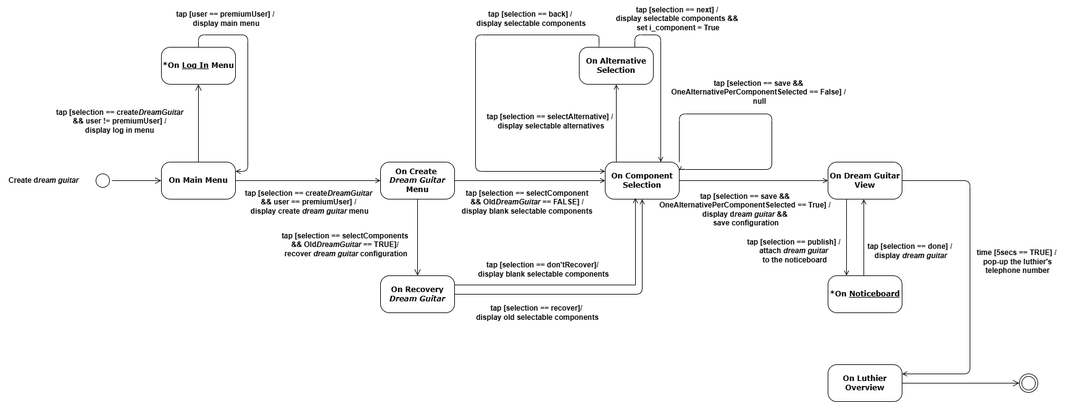
Above: diagrams/StateDiagramT.drawio.png in TizianoLilli/ISPW-Project (draw.io), before the change. Source tidied: cells renumbered, new cells last; positions are measured from the earlier drawing's top-left corner, leaving out a move shared by most shapes.
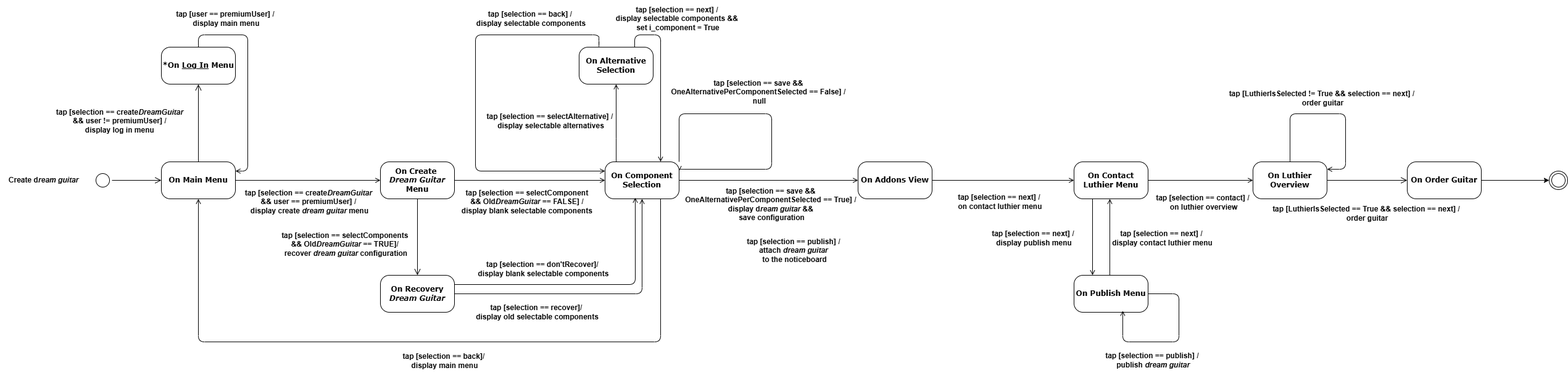
After the commit.

Change to the diagram source:
```diff
@@ -49,7 +49,7 @@
         </Array>
       </mxGeometry>
     </mxCell>
-    <mxCell id="14" style="edgeStyle=orthogonalEdgeStyle;rounded=0;jettySize=auto;html=1;exitX=1;exitY=0.5;exitDx=0;exitDy=0;entryX=0;entryY=0.5;entryDx=0;entryDy=0;endArrow=open;endFill=0;labelBackgroundColor=none;fontColor=default;" parent="1" edge="1" source="16" target="22">
+    <mxCell id="14" style="edgeStyle=orthogonalEdgeStyle;rounded=0;jettySize=auto;html=1;exitX=1;exitY=0.5;exitDx=0;exitDy=0;endArrow=open;endFill=0;labelBackgroundColor=none;fontColor=default;entryX=0;entryY=0.5;entryDx=0;entryDy=0;" parent="1" edge="1" source="16" target="48">
       <mxGeometry relative="1" as="geometry" />
     </mxCell>
     <mxCell id="15" style="edgeStyle=orthogonalEdgeStyle;rounded=1;orthogonalLoop=1;jettySize=auto;html=1;exitX=1;exitY=0;exitDx=0;exitDy=0;entryX=1;entryY=0.25;entryDx=0;entryDy=0;curved=0;endArrow=open;endFill=0;" parent="1" edge="1" source="16" target="16">
@@ -62,6 +62,14 @@
         </Array>
       </mxGeometry>
     </mxCell>
+    <mxCell id="46" style="edgeStyle=orthogonalEdgeStyle;rounded=1;jettySize=auto;html=1;exitX=0.75;exitY=1;exitDx=0;exitDy=0;entryX=0.5;entryY=1;entryDx=0;entryDy=0;curved=0;endArrow=open;endFill=0;" parent="1" edge="1" source="16" target="4">
+      <mxGeometry relative="1" as="geometry">
+        <Array as="points">
+          <mxPoint x="1070" y="554" />
+          <mxPoint x="321" y="554" />
+        </Array>
+      </mxGeometry>
+    </mxCell>
     <mxCell id="16" value="&lt;b&gt;On Component Selection&lt;/b&gt;" style="rounded=1;whiteSpace=wrap;html=1;arcSize=24;shadow=0;comic=0;labelBackgroundColor=none;fontFamily=Verdana;fontSize=12;align=center;" parent="1" vertex="1">
       <mxGeometry x="980" y="262" width="120" height="60" as="geometry" />
     </mxCell>
@@ -88,38 +96,35 @@
     </mxCell>
     <mxCell id="20" style="edgeStyle=orthogonalEdgeStyle;rounded=0;orthogonalLoop=1;jettySize=auto;html=1;exitX=0.5;exitY=1;exitDx=0;exitDy=0;entryX=0.5;entryY=0;entryDx=0;entryDy=0;endArrow=open;endFill=0;" parent="1" edge="1">
       <mxGeometry relative="1" as="geometry">
-        <mxPoint x="1371" y="322" as="sourcePoint" />
-        <mxPoint x="1371" y="446" as="targetPoint" />
+        <mxPoint x="1770" y="322" as="sourcePoint" />
+        <mxPoint x="1770" y="446" as="targetPoint" />
       </mxGeometry>
     </mxCell>
-    <mxCell id="21" style="edgeStyle=orthogonalEdgeStyle;rounded=1;jettySize=auto;html=1;exitX=1;exitY=0.5;exitDx=0;exitDy=0;entryX=1;entryY=0.25;entryDx=0;entryDy=0;endArrow=open;endFill=0;curved=0;" parent="1" edge="1" source="22" target="26">
-      <mxGeometry relative="1" as="geometry">
-        <Array as="points">
-          <mxPoint x="1571" y="292" />
-          <mxPoint x="1571" y="605" />
-        </Array>
-      </mxGeometry>
+    <mxCell id="21" style="edgeStyle=orthogonalEdgeStyle;rounded=0;jettySize=auto;html=1;exitX=1;exitY=0.5;exitDx=0;exitDy=0;entryX=0;entryY=0.5;entryDx=0;entryDy=0;endArrow=open;endFill=0;" parent="1" edge="1" source="22" target="26">
+      <mxGeometry relative="1" as="geometry" />
     </mxCell>
-    <mxCell id="22" value="&lt;b&gt;On Dream Guitar View&lt;/b&gt;" style="rounded=1;whiteSpace=wrap;html=1;arcSize=24;shadow=0;comic=0;labelBackgroundColor=none;fontFamily=Verdana;fontSize=12;align=center;" parent="1" vertex="1">
-      <mxGeometry x="1341" y="262" width="120" height="60" as="geometry" />
+    <mxCell id="22" value="&lt;b&gt;On Contact Luthier Menu&lt;/b&gt;" style="rounded=1;whiteSpace=wrap;html=1;arcSize=24;shadow=0;comic=0;labelBackgroundColor=none;fontFamily=Verdana;fontSize=12;align=center;" parent="1" vertex="1">
+      <mxGeometry x="1740" y="262" width="120" height="60" as="geometry" />
     </mxCell>
     <mxCell id="23" style="edgeStyle=orthogonalEdgeStyle;rounded=0;orthogonalLoop=1;jettySize=auto;html=1;exitX=0.75;exitY=0;exitDx=0;exitDy=0;entryX=0.75;entryY=1;entryDx=0;entryDy=0;endArrow=open;endFill=0;" parent="1" edge="1">
       <mxGeometry relative="1" as="geometry">
-        <mxPoint x="1399" y="446" as="sourcePoint" />
-        <mxPoint x="1399" y="322" as="targetPoint" />
+        <mxPoint x="1798" y="446" as="sourcePoint" />
+        <mxPoint x="1798" y="322" as="targetPoint" />
       </mxGeometry>
     </mxCell>
-    <mxCell id="24" value="&lt;b&gt;*On &lt;u&gt;Noticeboard&lt;/u&gt;&lt;/b&gt;" style="rounded=1;whiteSpace=wrap;html=1;arcSize=24;shadow=0;comic=0;labelBackgroundColor=none;fontFamily=Verdana;fontSize=12;align=center;" parent="1" vertex="1">
-      <mxGeometry x="1341" y="446" width="120" height="60" as="geometry" />
+    <mxCell id="24" value="&lt;b&gt;On Publish Menu&lt;/b&gt;" style="rounded=1;whiteSpace=wrap;html=1;arcSize=24;shadow=0;comic=0;labelBackgroundColor=none;fontFamily=Verdana;fontSize=12;align=center;" parent="1" vertex="1">
+      <mxGeometry x="1740" y="446" width="120" height="60" as="geometry" />
     </mxCell>
-    <mxCell id="25" style="edgeStyle=none;curved=1;rounded=0;jettySize=auto;html=1;exitX=1;exitY=0.5;exitDx=0;exitDy=0;entryX=0;entryY=0.5;entryDx=0;entryDy=0;fontSize=12;startSize=8;endSize=8;endArrow=open;endFill=0;" parent="1" edge="1" source="26" target="27">
-      <mxGeometry relative="1" as="geometry" />
+    <mxCell id="25" style="edgeStyle=none;curved=1;rounded=0;jettySize=auto;html=1;exitX=1;exitY=0.5;exitDx=0;exitDy=0;fontSize=12;startSize=8;endSize=8;endArrow=open;endFill=0;" parent="1" edge="1" source="26">
+      <mxGeometry relative="1" as="geometry">
+        <mxPoint x="2280" y="292" as="targetPoint" />
+      </mxGeometry>
     </mxCell>
     <mxCell id="26" value="&lt;b&gt;On Luthier Overview&lt;/b&gt;" style="rounded=1;whiteSpace=wrap;html=1;arcSize=24;shadow=0;comic=0;labelBackgroundColor=none;fontFamily=Verdana;fontSize=12;align=center;" parent="1" vertex="1">
-      <mxGeometry x="1341" y="590" width="120" height="60" as="geometry" />
+      <mxGeometry x="2030" y="262" width="120" height="60" as="geometry" />
     </mxCell>
     <mxCell id="27" style="ellipse;html=1;shape=endState;labelBackgroundColor=none;" parent="1" vertex="1">
-      <mxGeometry x="1651" y="605" width="30" height="30" as="geometry" />
+      <mxGeometry x="2510" y="277" width="30" height="30" as="geometry" />
     </mxCell>
     <mxCell id="28" value="&lt;b&gt;tap [selection == create&lt;i&gt;DreamGuitar&lt;/i&gt;&amp;nbsp;&lt;/b&gt;&lt;div&gt;&lt;b&gt;&amp;amp;&amp;amp;&amp;nbsp;&lt;/b&gt;&lt;b style=&quot;background-color: initial;&quot;&gt;user == premiumUser] &lt;/b&gt;&lt;b style=&quot;background-color: initial;&quot;&gt;/&amp;nbsp;&lt;/b&gt;&lt;div&gt;&lt;div&gt;&lt;b&gt;display create &lt;i&gt;dream guitar&lt;/i&gt; menu&lt;/b&gt;&lt;/div&gt;&lt;/div&gt;&lt;/div&gt;" style="text;html=1;align=center;verticalAlign=middle;strokeColor=none;fillColor=none;" parent="1" vertex="1">
       <mxGeometry x="386" y="297" width="230" height="60" as="geometry" />
@@ -131,13 +136,13 @@
       <mxGeometry x="988" width="220" height="60" as="geometry" />
     </mxCell>
     <mxCell id="31" value="&lt;b&gt;tap [selection == save &amp;amp;&amp;amp;&amp;nbsp;&lt;/b&gt;&lt;div&gt;&lt;b&gt;OneAlternativePerComponentSelected == True] /&amp;nbsp;&lt;/b&gt;&lt;div&gt;&lt;b&gt;display d&lt;i&gt;ream guitar &lt;/i&gt;&amp;amp;&amp;amp;&amp;nbsp;&lt;/b&gt;&lt;/div&gt;&lt;div&gt;&lt;b&gt;save configuration&lt;/b&gt;&lt;/div&gt;&lt;/div&gt;" style="text;html=1;align=center;verticalAlign=middle;strokeColor=none;fillColor=none;" parent="1" vertex="1">
-      <mxGeometry x="1058" y="304" width="300" height="70" as="geometry" />
+      <mxGeometry x="1100" y="296" width="300" height="70" as="geometry" />
     </mxCell>
     <mxCell id="32" value="&lt;b&gt;tap [selection == publish] /&amp;nbsp;&lt;/b&gt;&lt;div&gt;&lt;b&gt;attach&amp;nbsp;&lt;i&gt;dream guitar&amp;nbsp;&lt;/i&gt;&lt;/b&gt;&lt;/div&gt;&lt;div&gt;&lt;b&gt;to the noticeboard&lt;/b&gt;&lt;/div&gt;" style="text;html=1;align=center;verticalAlign=middle;strokeColor=none;fillColor=none;" parent="1" vertex="1">
       <mxGeometry x="1197" y="376" width="180" height="60" as="geometry" />
     </mxCell>
-    <mxCell id="33" value="&lt;b&gt;tap [selection == done] /&amp;nbsp;&lt;/b&gt;&lt;div&gt;&lt;b&gt;display &lt;i&gt;dream guitar&lt;/i&gt;&lt;/b&gt;&lt;/div&gt;" style="text;html=1;align=center;verticalAlign=middle;strokeColor=none;fillColor=none;" parent="1" vertex="1">
-      <mxGeometry x="1395" y="386" width="160" height="40" as="geometry" />
+    <mxCell id="33" value="&lt;b&gt;tap [selection == next] /&amp;nbsp;&lt;/b&gt;&lt;div&gt;&lt;b&gt;display contact luthier menu&lt;/b&gt;&lt;/div&gt;" style="text;html=1;align=center;verticalAlign=middle;strokeColor=none;fillColor=none;" parent="1" vertex="1">
+      <mxGeometry x="1788" y="366" width="190" height="40" as="geometry" />
     </mxCell>
     <mxCell id="34" value="&lt;b&gt;tap [user == premiumUser] /&amp;nbsp;&lt;/b&gt;&lt;div&gt;&lt;b&gt;display main menu&lt;/b&gt;&lt;/div&gt;" style="text;html=1;align=center;verticalAlign=middle;strokeColor=none;fillColor=none;" parent="1" vertex="1">
       <mxGeometry x="271" y="10" width="190" height="40" as="geometry" />
@@ -163,17 +168,67 @@
     <mxCell id="41" value="&lt;b&gt;tap [selection == back] /&amp;nbsp;&lt;/b&gt;&lt;div&gt;&lt;b&gt;display&amp;nbsp;&lt;/b&gt;&lt;span style=&quot;background-color: initial;&quot;&gt;&lt;b&gt;selectable&amp;nbsp;&lt;/b&gt;&lt;/span&gt;&lt;b style=&quot;background-color: initial;&quot;&gt;components&lt;/b&gt;&lt;/div&gt;" style="text;html=1;align=center;verticalAlign=middle;strokeColor=none;fillColor=none;" parent="1" vertex="1">
       <mxGeometry x="760" y="10" width="200" height="40" as="geometry" />
     </mxCell>
-    <mxCell id="42" value="&lt;b style=&quot;font-size: 12px;&quot;&gt;time [5secs == TRUE] /&amp;nbsp;&lt;/b&gt;&lt;div style=&quot;font-size: 12px;&quot;&gt;&lt;b&gt;pop-up the luthier's&lt;/b&gt;&lt;/div&gt;&lt;div style=&quot;font-size: 12px;&quot;&gt;&lt;b&gt;telephone number&lt;/b&gt;&lt;/div&gt;" style="text;html=1;align=center;verticalAlign=middle;strokeColor=none;fillColor=none;fontSize=16;" parent="1" vertex="1">
-      <mxGeometry x="1543" y="386" width="210" height="70" as="geometry" />
-    </mxCell>
     <mxCell id="43" value="&lt;b&gt;tap [selection == save &amp;amp;&amp;amp;&amp;nbsp;&lt;/b&gt;&lt;div&gt;&lt;b&gt;OneAlternativePerComponentSelected == False] /&amp;nbsp;&lt;/b&gt;&lt;div&gt;&lt;b&gt;null&lt;/b&gt;&lt;/div&gt;&lt;/div&gt;" style="text;html=1;align=center;verticalAlign=middle;strokeColor=none;fillColor=none;" parent="1" vertex="1">
       <mxGeometry x="1075" y="119" width="310" height="60" as="geometry" />
     </mxCell>
-    <mxCell id="44" style="edgeStyle=orthogonalEdgeStyle;rounded=0;jettySize=auto;html=1;exitX=1;exitY=0.25;exitDx=0;exitDy=0;entryX=0.408;entryY=0.967;entryDx=0;entryDy=0;entryPerimeter=0;endArrow=open;endFill=0;" parent="1" edge="1" source="7" target="16">
+    <mxCell id="44" style="edgeStyle=orthogonalEdgeStyle;rounded=1;jettySize=auto;html=1;exitX=1;exitY=0.25;exitDx=0;exitDy=0;entryX=0.408;entryY=0.967;entryDx=0;entryDy=0;entryPerimeter=0;endArrow=open;endFill=0;curved=0;" parent="1" edge="1" source="7" target="16">
       <mxGeometry relative="1" as="geometry" />
     </mxCell>
     <mxCell id="45" value="&lt;b&gt;tap [&lt;/b&gt;&lt;b&gt;selection == don'tRecover&lt;/b&gt;&lt;b&gt;]&lt;/b&gt;&lt;b style=&quot;background-color: initial;&quot;&gt;/&amp;nbsp;&lt;/b&gt;&lt;div&gt;&lt;b&gt;display blank&amp;nbsp;&lt;/b&gt;&lt;span style=&quot;background-color: initial;&quot;&gt;&lt;b&gt;selectable&amp;nbsp;&lt;/b&gt;&lt;/span&gt;&lt;b style=&quot;background-color: initial;&quot;&gt;components&lt;/b&gt;&lt;/div&gt;" style="text;html=1;align=center;verticalAlign=middle;strokeColor=none;fillColor=none;" parent="1" vertex="1">
       <mxGeometry x="760" y="416" width="240" height="40" as="geometry" />
     </mxCell>
+    <mxCell id="47" style="edgeStyle=orthogonalEdgeStyle;rounded=0;jettySize=auto;html=1;exitX=1;exitY=0.5;exitDx=0;exitDy=0;entryX=0;entryY=0.5;entryDx=0;entryDy=0;endArrow=open;endFill=0;" parent="1" edge="1" source="48" target="22">
+      <mxGeometry relative="1" as="geometry" />
+    </mxCell>
+    <mxCell id="48" value="&lt;b&gt;On Addons View&lt;/b&gt;" style="rounded=1;whiteSpace=wrap;html=1;arcSize=24;shadow=0;comic=0;labelBackgroundColor=none;fontFamily=Verdana;fontSize=12;align=center;" parent="1" vertex="1">
+      <mxGeometry x="1390" y="262" width="120" height="60" as="geometry" />
+    </mxCell>
+    <mxCell id="49" value="&lt;b&gt;tap [&lt;/b&gt;&lt;b&gt;selection == back&lt;/b&gt;&lt;b&gt;]&lt;/b&gt;&lt;b style=&quot;background-color: initial;&quot;&gt;/&amp;nbsp;&lt;/b&gt;&lt;div&gt;&lt;b&gt;display main menu&lt;/b&gt;&lt;/div&gt;" style="text;html=1;align=center;verticalAlign=middle;strokeColor=none;fillColor=none;" parent="1" vertex="1">
+      <mxGeometry x="640" y="565" width="160" height="40" as="geometry" />
+    </mxCell>
+    <mxCell id="50" value="&lt;b&gt;tap [selection == next&lt;/b&gt;&lt;b style=&quot;background-color: transparent; color: light-dark(rgb(0, 0, 0), rgb(255, 255, 255));&quot;&gt;] /&amp;nbsp;&lt;/b&gt;&lt;div&gt;&lt;b&gt;on contact luthier menu&lt;/b&gt;&lt;/div&gt;" style="text;html=1;align=center;verticalAlign=middle;strokeColor=none;fillColor=none;" parent="1" vertex="1">
+      <mxGeometry x="1540" y="307" width="160" height="40" as="geometry" />
+    </mxCell>
+    <mxCell id="51" value="&lt;b&gt;tap [selection == publish] /&amp;nbsp;&lt;/b&gt;&lt;div&gt;&lt;b&gt;publish &lt;i&gt;dream guitar&lt;/i&gt;&lt;/b&gt;&lt;/div&gt;" style="text;html=1;align=center;verticalAlign=middle;strokeColor=none;fillColor=none;" parent="1" vertex="1">
+      <mxGeometry x="1778" y="564" width="180" height="40" as="geometry" />
+    </mxCell>
+    <mxCell id="52" style="edgeStyle=orthogonalEdgeStyle;rounded=1;orthogonalLoop=1;jettySize=auto;html=1;entryX=0.658;entryY=0.96;entryDx=0;entryDy=0;entryPerimeter=0;exitX=1;exitY=0.5;exitDx=0;exitDy=0;endArrow=open;endFill=0;curved=0;" parent="1" edge="1" source="24" target="24">
+      <mxGeometry relative="1" as="geometry">
+        <Array as="points">
+          <mxPoint x="1910" y="476" />
+          <mxPoint x="1910" y="554" />
+          <mxPoint x="1819" y="554" />
+        </Array>
+      </mxGeometry>
+    </mxCell>
+    <mxCell id="53" value="&lt;b&gt;tap [selection == next] /&amp;nbsp;&lt;/b&gt;&lt;div&gt;&lt;b&gt;display publish menu&lt;/b&gt;&lt;/div&gt;" style="text;html=1;align=center;verticalAlign=middle;strokeColor=none;fillColor=none;" parent="1" vertex="1">
+      <mxGeometry x="1595" y="366" width="160" height="40" as="geometry" />
+    </mxCell>
+    <mxCell id="54" value="&lt;b&gt;tap [selection == contact&lt;/b&gt;&lt;b style=&quot;background-color: transparent; color: light-dark(rgb(0, 0, 0), rgb(255, 255, 255));&quot;&gt;] /&amp;nbsp;&lt;/b&gt;&lt;div&gt;&lt;b&gt;on luthier overview&lt;/b&gt;&lt;/div&gt;" style="text;html=1;align=center;verticalAlign=middle;strokeColor=none;fillColor=none;" parent="1" vertex="1">
+      <mxGeometry x="1860" y="308" width="180" height="40" as="geometry" />
+    </mxCell>
+    <mxCell id="55" style="edgeStyle=orthogonalEdgeStyle;rounded=1;jettySize=auto;html=1;curved=0;endArrow=open;endFill=0;" parent="1" edge="1" source="26">
+      <mxGeometry relative="1" as="geometry">
+        <mxPoint x="2150" y="274" as="targetPoint" />
+        <Array as="points">
+          <mxPoint x="2090" y="184" />
+          <mxPoint x="2180" y="184" />
+          <mxPoint x="2180" y="274" />
+          <mxPoint x="2150" y="274" />
+        </Array>
+      </mxGeometry>
+    </mxCell>
+    <mxCell id="56" value="&lt;b&gt;tap [LuthierIsSelected == True &amp;amp;&amp;amp; selection == next&lt;/b&gt;&lt;b style=&quot;background-color: transparent; color: light-dark(rgb(0, 0, 0), rgb(255, 255, 255));&quot;&gt;] /&amp;nbsp;&lt;/b&gt;&lt;div&gt;&lt;b&gt;order guitar&lt;/b&gt;&lt;/div&gt;" style="text;html=1;align=center;verticalAlign=middle;strokeColor=none;fillColor=none;" parent="1" vertex="1">
+      <mxGeometry x="2050" y="326" width="330" height="40" as="geometry" />
+    </mxCell>
+    <mxCell id="57" style="edgeStyle=orthogonalEdgeStyle;rounded=0;jettySize=auto;html=1;entryX=0;entryY=0.5;entryDx=0;entryDy=0;" parent="1" edge="1" source="58" target="27">
+      <mxGeometry relative="1" as="geometry" />
+    </mxCell>
+    <mxCell id="58" value="&lt;b&gt;On Order Guitar&lt;/b&gt;" style="rounded=1;whiteSpace=wrap;html=1;arcSize=24;shadow=0;comic=0;labelBackgroundColor=none;fontFamily=Verdana;fontSize=12;align=center;" parent="1" vertex="1">
+      <mxGeometry x="2280" y="262" width="120" height="60" as="geometry" />
+    </mxCell>
+    <mxCell id="59" value="&lt;b&gt;tap [LuthierIsSelected != True &amp;amp;&amp;amp; selection == next&lt;/b&gt;&lt;b style=&quot;background-color: transparent; color: light-dark(rgb(0, 0, 0), rgb(255, 255, 255));&quot;&gt;] /&amp;nbsp;&lt;/b&gt;&lt;div&gt;&lt;b&gt;order guitar&lt;/b&gt;&lt;/div&gt;" style="text;html=1;align=center;verticalAlign=middle;strokeColor=none;fillColor=none;" parent="1" vertex="1">
+      <mxGeometry x="1978" y="139" width="330" height="40" as="geometry" />
+    </mxCell>
   </root>
 </mxGraphModel>
```
